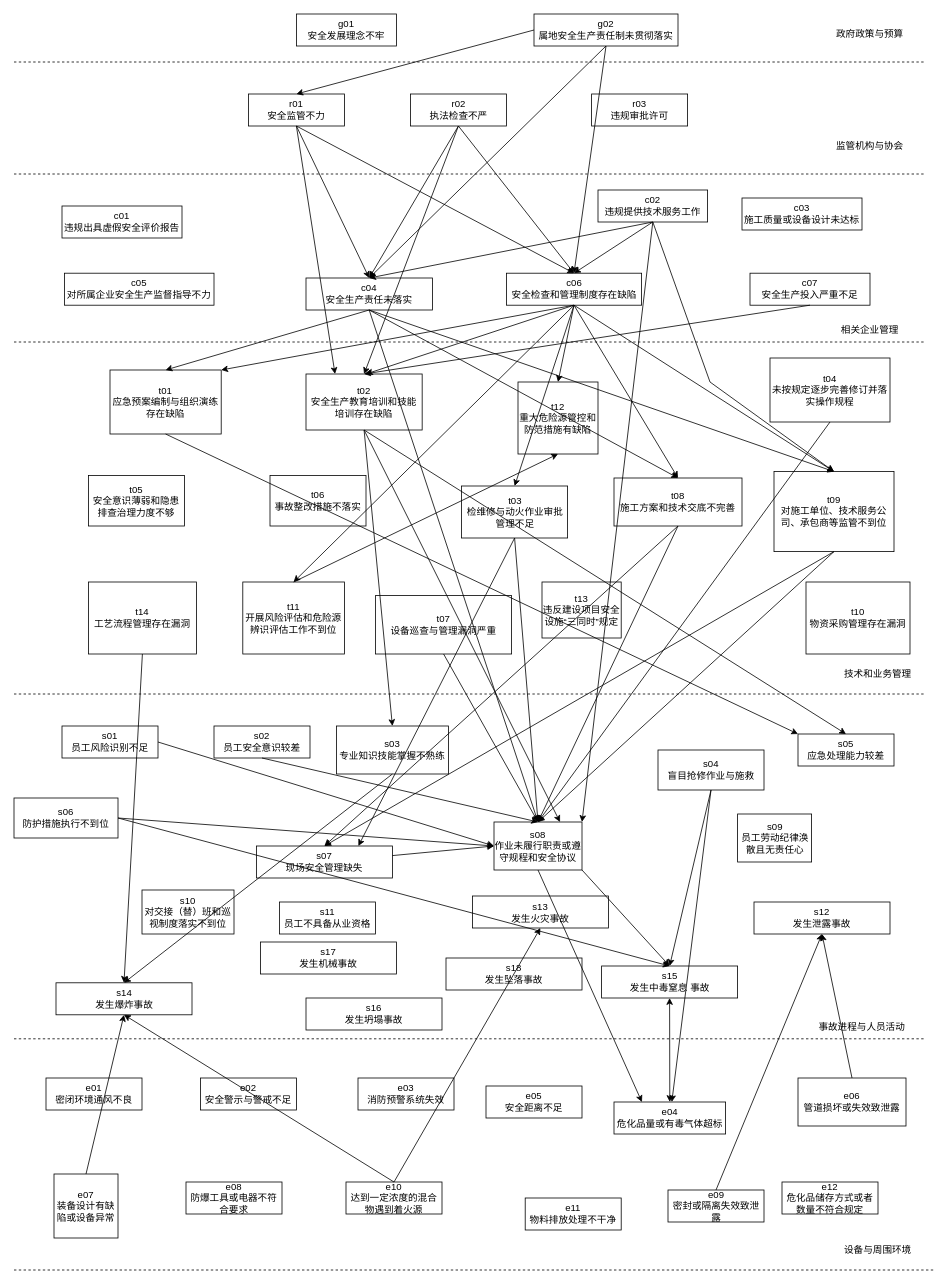
Earlier version of the draw.io diagram 未命名绘图.drawio (fangjiarong/docs). Source tidied: cells renumbered, new cells numbered last; positions are measured from the earlier drawing's top-left corner, leaving out a move shared by most shapes. Both pictures are drawn from the tidied source at 80%, with x=0, y=0 at pixel (14, 14).
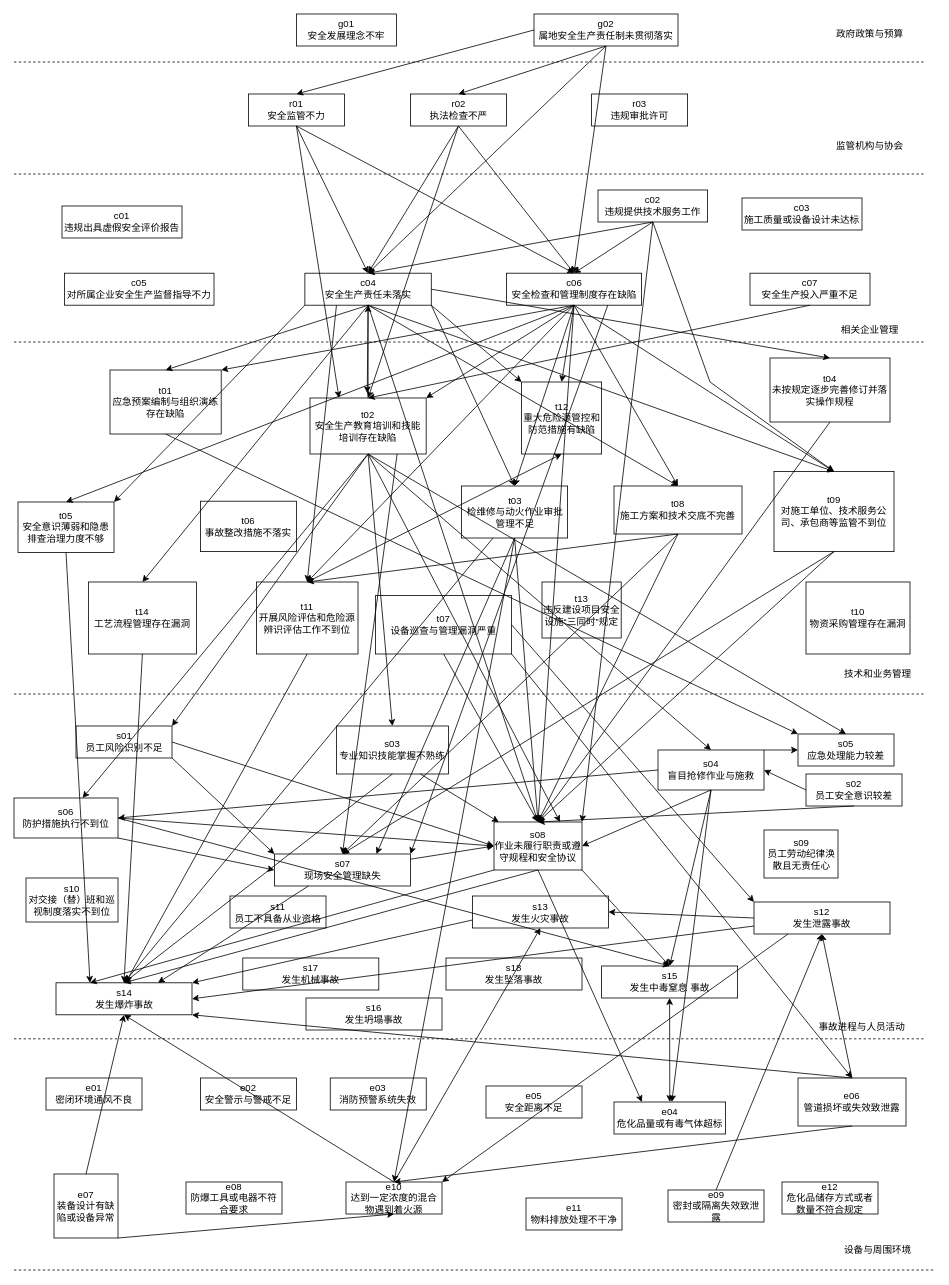
After the change.

Commit message (it also covers changes not shown here):
更新未命名绘图.drawio

Unchanged cells that the change refers to:
```xml
<mxCell id="10" value="r02&lt;br&gt;执法检查不严" style="rounded=0;whiteSpace=wrap;html=1;" parent="1" vertex="1">
  <mxGeometry x="495.5" y="100" width="120" height="40" as="geometry" />
</mxCell>
<mxCell id="16" value="t03&lt;br&gt;检维修与动火作业审批管理不足" style="rounded=0;whiteSpace=wrap;html=1;" parent="1" vertex="1">
  <mxGeometry x="559.5" y="590" width="132.5" height="65" as="geometry" />
</mxCell>
<mxCell id="17" value="t04&lt;br&gt;未按规定逐步完善修订并落实操作规程" style="rounded=0;whiteSpace=wrap;html=1;" parent="1" vertex="1">
  <mxGeometry x="945" y="430" width="150" height="80" as="geometry" />
</mxCell>
<mxCell id="22" value="s04&lt;br&gt;盲目抢修作业与施救" style="rounded=0;whiteSpace=wrap;html=1;" parent="1" vertex="1">
  <mxGeometry x="805" y="920" width="132.5" height="50" as="geometry" />
</mxCell>
<mxCell id="23" value="s08&lt;br&gt;作业未履行职责或遵守规程和安全协议" style="rounded=0;whiteSpace=wrap;html=1;" parent="1" vertex="1">
  <mxGeometry x="600" y="1010" width="110" height="60" as="geometry" />
</mxCell>
<mxCell id="24" value="s05&lt;br&gt;应急处理能力较差" style="rounded=0;whiteSpace=wrap;html=1;" parent="1" vertex="1">
  <mxGeometry x="980" y="900" width="120" height="40" as="geometry" />
</mxCell>
<mxCell id="28" value="s03&lt;br&gt;专业知识技能掌握不熟练" style="rounded=0;whiteSpace=wrap;html=1;" parent="1" vertex="1">
  <mxGeometry x="403" y="890" width="140" height="60" as="geometry" />
</mxCell>
<mxCell id="32" value="c06&lt;br&gt;安全检查和管理制度存在缺陷" style="rounded=0;whiteSpace=wrap;html=1;" parent="1" vertex="1">
  <mxGeometry x="615.5" y="324" width="169" height="40" as="geometry" />
</mxCell>
<mxCell id="35" value="s06&lt;br&gt;防护措施执行不到位" style="rounded=0;whiteSpace=wrap;html=1;" parent="1" vertex="1">
  <mxGeometry y="980" width="130" height="50" as="geometry" />
</mxCell>
<mxCell id="37" value="g02&lt;br&gt;属地安全生产责任制未贯彻落实" style="rounded=0;whiteSpace=wrap;html=1;" parent="1" vertex="1">
  <mxGeometry x="650" width="180" height="40" as="geometry" />
</mxCell>
<mxCell id="43" value="t14&lt;br&gt;工艺流程管理存在漏洞" style="rounded=0;whiteSpace=wrap;html=1;" parent="1" vertex="1">
  <mxGeometry x="93" y="710" width="135" height="90" as="geometry" />
</mxCell>
<mxCell id="45" value="s12&lt;br&gt;发生泄露事故" style="rounded=0;whiteSpace=wrap;html=1;" parent="1" vertex="1">
  <mxGeometry x="925" y="1110" width="170" height="40" as="geometry" />
</mxCell>
<mxCell id="46" value="s13&lt;br&gt;发生火灾事故" style="rounded=0;whiteSpace=wrap;html=1;" parent="1" vertex="1">
  <mxGeometry x="573" y="1102.5" width="170" height="40" as="geometry" />
</mxCell>
<mxCell id="47" value="s14&lt;br&gt;发生爆炸事故" style="rounded=0;whiteSpace=wrap;html=1;" parent="1" vertex="1">
  <mxGeometry x="52.5" y="1211" width="170" height="40" as="geometry" />
</mxCell>
<mxCell id="53" value="e07&lt;br&gt;装备设计有缺陷或设备异常" style="rounded=0;whiteSpace=wrap;html=1;" parent="1" vertex="1">
  <mxGeometry x="50" y="1450" width="80" height="80" as="geometry" />
</mxCell>
<mxCell id="58" value="e10&lt;br&gt;达到一定浓度的混合物遇到着火源" style="rounded=0;whiteSpace=wrap;html=1;" parent="1" vertex="1">
  <mxGeometry x="415" y="1460" width="120" height="40" as="geometry" />
</mxCell>
<mxCell id="61" value="e06&lt;br&gt;管道损坏或失效致泄露" style="rounded=0;whiteSpace=wrap;html=1;" parent="1" vertex="1">
  <mxGeometry x="980" y="1330" width="135" height="60" as="geometry" />
</mxCell>
<mxCell id="64" value="t07&lt;br&gt;设备巡查与管理漏洞严重" style="rounded=0;whiteSpace=wrap;html=1;" parent="1" vertex="1">
  <mxGeometry x="452" y="727" width="170" height="73" as="geometry" />
</mxCell>
```

Change to the diagram source:
```diff
@@
     <mxCell id="13" value="c04&lt;br&gt;安全生产责任未落实" style="rounded=0;whiteSpace=wrap;html=1;" parent="1" vertex="1">
-      <mxGeometry x="365" y="330" width="158" height="40" as="geometry" />
+      <mxGeometry x="363.6" y="324" width="158" height="40" as="geometry" />
     </mxCell>
@@
+    <mxCell id="125" style="edgeStyle=orthogonalEdgeStyle;rounded=0;jettySize=auto;html=1;" parent="1" edge="1" source="15" target="13">
+      <mxGeometry relative="1" as="geometry" />
+    </mxCell>
     <mxCell id="15" value="t02&lt;br&gt;安全生产教育培训和技能培训存在缺陷" style="rounded=0;whiteSpace=wrap;html=1;" parent="1" vertex="1">
-      <mxGeometry x="365" y="450" width="145.2" height="70" as="geometry" />
+      <mxGeometry x="370" y="480" width="145.2" height="70" as="geometry" />
     </mxCell>
@@
     <mxCell id="18" value="t08&lt;br&gt;施工方案和技术交底不完善" style="rounded=0;whiteSpace=wrap;html=1;" parent="1" vertex="1">
-      <mxGeometry x="750" y="580" width="160" height="60" as="geometry" />
+      <mxGeometry x="750" y="590" width="160" height="60" as="geometry" />
     </mxCell>
@@
     <mxCell id="20" value="t11&lt;br&gt;开展风险评估和危险源辨识评估工作不到位" style="rounded=0;whiteSpace=wrap;html=1;" parent="1" vertex="1">
-      <mxGeometry x="286" y="710" width="127" height="90" as="geometry" />
+      <mxGeometry x="303" y="710" width="127" height="90" as="geometry" />
     </mxCell>
     <mxCell id="21" value="t12&lt;br&gt;重大危险源管控和防范措施有缺陷" style="rounded=0;whiteSpace=wrap;html=1;" parent="1" vertex="1">
-      <mxGeometry x="630" y="460" width="100" height="90" as="geometry" />
+      <mxGeometry x="634.5" y="460" width="100" height="90" as="geometry" />
     </mxCell>
@@
     <mxCell id="25" value="s01&lt;br&gt;员工风险识别不足" style="rounded=0;whiteSpace=wrap;html=1;" parent="1" vertex="1">
-      <mxGeometry x="60" y="890" width="120" height="40" as="geometry" />
+      <mxGeometry x="77.5" y="890" width="120" height="40" as="geometry" />
     </mxCell>
     <mxCell id="26" value="s02&lt;br&gt;员工安全意识较差" style="rounded=0;whiteSpace=wrap;html=1;" parent="1" vertex="1">
-      <mxGeometry x="250" y="890" width="120" height="40" as="geometry" />
+      <mxGeometry x="990" y="950" width="120" height="40" as="geometry" />
     </mxCell>
     <mxCell id="27" value="s09&lt;br&gt;员工劳动纪律涣散且无责任心" style="rounded=0;whiteSpace=wrap;html=1;" parent="1" vertex="1">
-      <mxGeometry x="904.5" y="1000" width="92.5" height="60" as="geometry" />
+      <mxGeometry x="937.5" y="1020" width="92.5" height="60" as="geometry" />
     </mxCell>
@@
     <mxCell id="29" value="s07&lt;br&gt;现场安全管理缺失" style="rounded=0;whiteSpace=wrap;html=1;" parent="1" vertex="1">
-      <mxGeometry x="303" y="1040" width="170" height="40" as="geometry" />
+      <mxGeometry x="325.5" y="1050" width="170" height="40" as="geometry" />
     </mxCell>
@@
     <mxCell id="34" value="s10&lt;br&gt;对交接（替）班和巡视制度落实不到位" style="rounded=0;whiteSpace=wrap;html=1;" parent="1" vertex="1">
-      <mxGeometry x="160" y="1095" width="115" height="55" as="geometry" />
+      <mxGeometry x="15" y="1080" width="115" height="55" as="geometry" />
     </mxCell>
@@
     <mxCell id="40" value="t05&lt;br&gt;安全意识薄弱和隐患排查治理力度不够" style="rounded=0;whiteSpace=wrap;html=1;" parent="1" vertex="1">
-      <mxGeometry x="93" y="577" width="120" height="63" as="geometry" />
+      <mxGeometry x="5" y="610" width="120" height="63" as="geometry" />
     </mxCell>
     <mxCell id="41" value="t06&lt;br&gt;事故整改措施不落实" style="rounded=0;whiteSpace=wrap;html=1;" parent="1" vertex="1">
-      <mxGeometry x="320" y="577" width="120" height="63" as="geometry" />
+      <mxGeometry x="233" y="609" width="120" height="63" as="geometry" />
     </mxCell>
@@
     <mxCell id="44" value="s11&lt;br&gt;员工不具备从业资格" style="rounded=0;whiteSpace=wrap;html=1;" parent="1" vertex="1">
-      <mxGeometry x="332" y="1110" width="120" height="40" as="geometry" />
+      <mxGeometry x="270" y="1102.5" width="120" height="40" as="geometry" />
     </mxCell>
@@
     <mxCell id="50" value="s17&lt;br&gt;发生机械事故" style="rounded=0;whiteSpace=wrap;html=1;" parent="1" vertex="1">
-      <mxGeometry x="308" y="1160" width="170" height="40" as="geometry" />
+      <mxGeometry x="286" y="1180" width="170" height="40" as="geometry" />
     </mxCell>
@@
     <mxCell id="56" value="e03&lt;br&gt;消防预警系统失效" style="rounded=0;whiteSpace=wrap;html=1;" parent="1" vertex="1">
-      <mxGeometry x="430" y="1330" width="120" height="40" as="geometry" />
+      <mxGeometry x="395.3" y="1330" width="120" height="40" as="geometry" />
     </mxCell>
@@
     <mxCell id="60" value="e11&lt;br&gt;物料排放处理不干净" style="rounded=0;whiteSpace=wrap;html=1;" parent="1" vertex="1">
-      <mxGeometry x="639" y="1480" width="120" height="40" as="geometry" />
+      <mxGeometry x="640" y="1480" width="120" height="40" as="geometry" />
     </mxCell>
@@
-    <mxCell id="97" style="endArrow=classic;html=1;rounded=0;exitX=0.5;exitY=1;exitDx=0;exitDy=0;" parent="1" edge="1" source="32">
-      <mxGeometry relative="1" as="geometry">
-        <mxPoint x="440" y="450" as="targetPoint" />
-      </mxGeometry>
+    <mxCell id="97" style="endArrow=classic;html=1;rounded=0;exitX=0.5;exitY=1;exitDx=0;exitDy=0;entryX=1;entryY=0;entryDx=0;entryDy=0;" parent="1" edge="1" source="32" target="15">
+      <mxGeometry relative="1" as="geometry" />
     </mxCell>
@@
+    <mxCell id="126" style="endArrow=classic;html=1;rounded=0;exitX=0.5;exitY=1;exitDx=0;exitDy=0;entryX=0.493;entryY=-0.086;entryDx=0;entryDy=0;entryPerimeter=0;" parent="1" edge="1" source="13" target="15">
+      <mxGeometry relative="1" as="geometry" />
+    </mxCell>
+    <mxCell id="127" style="endArrow=classic;html=1;rounded=0;exitX=0.5;exitY=1;exitDx=0;exitDy=0;entryX=1;entryY=0.5;entryDx=0;entryDy=0;" parent="1" edge="1" source="22" target="23">
+      <mxGeometry relative="1" as="geometry" />
+    </mxCell>
+    <mxCell id="128" style="endArrow=classic;html=1;rounded=0;exitX=0.5;exitY=1;exitDx=0;exitDy=0;" parent="1" edge="1" source="15" target="35">
+      <mxGeometry relative="1" as="geometry" />
+    </mxCell>
+    <mxCell id="129" style="endArrow=classic;html=1;rounded=0;exitX=0.5;exitY=1;exitDx=0;exitDy=0;entryX=0.5;entryY=0;entryDx=0;entryDy=0;" parent="1" edge="1" source="32" target="23">
+      <mxGeometry relative="1" as="geometry" />
+    </mxCell>
+    <mxCell id="130" style="endArrow=classic;html=1;rounded=0;exitX=0.5;exitY=1;exitDx=0;exitDy=0;entryX=0.5;entryY=0;entryDx=0;entryDy=0;" parent="1" edge="1" source="23" target="47">
+      <mxGeometry relative="1" as="geometry" />
+    </mxCell>
+    <mxCell id="131" style="endArrow=classic;html=1;rounded=0;exitX=1;exitY=1;exitDx=0;exitDy=0;entryX=0.5;entryY=0;entryDx=0;entryDy=0;" parent="1" edge="1" source="64" target="61">
+      <mxGeometry relative="1" as="geometry" />
+    </mxCell>
+    <mxCell id="132" style="endArrow=classic;html=1;rounded=0;entryX=0.5;entryY=0;entryDx=0;entryDy=0;exitX=0.5;exitY=1;exitDx=0;exitDy=0;" parent="1" edge="1" source="18" target="20">
+      <mxGeometry relative="1" as="geometry" />
+    </mxCell>
+    <mxCell id="133" style="endArrow=classic;html=1;rounded=0;exitX=0.75;exitY=1;exitDx=0;exitDy=0;" parent="1" edge="1" source="28" target="23">
+      <mxGeometry relative="1" as="geometry" />
+    </mxCell>
+    <mxCell id="134" style="endArrow=classic;html=1;rounded=0;exitX=0.5;exitY=1;exitDx=0;exitDy=0;entryX=0.5;entryY=0;entryDx=0;entryDy=0;" parent="1" edge="1" source="32" target="40">
+      <mxGeometry relative="1" as="geometry" />
+    </mxCell>
+    <mxCell id="135" style="endArrow=classic;html=1;rounded=0;exitX=0.5;exitY=1;exitDx=0;exitDy=0;entryX=0.5;entryY=0;entryDx=0;entryDy=0;" parent="1" edge="1" source="37" target="10">
+      <mxGeometry relative="1" as="geometry" />
+    </mxCell>
+    <mxCell id="136" style="endArrow=classic;html=1;rounded=0;exitX=0.5;exitY=1;exitDx=0;exitDy=0;entryX=0.5;entryY=0;entryDx=0;entryDy=0;" parent="1" edge="1" source="15" target="22">
+      <mxGeometry relative="1" as="geometry" />
+    </mxCell>
+    <mxCell id="137" style="endArrow=classic;html=1;rounded=0;exitX=0.5;exitY=1;exitDx=0;exitDy=0;entryX=0.5;entryY=0;entryDx=0;entryDy=0;" parent="1" edge="1" source="13" target="43">
+      <mxGeometry relative="1" as="geometry" />
+    </mxCell>
+    <mxCell id="138" style="endArrow=classic;html=1;rounded=0;exitX=1;exitY=1;exitDx=0;exitDy=0;entryX=0;entryY=0;entryDx=0;entryDy=0;" parent="1" edge="1" source="13" target="21">
+      <mxGeometry relative="1" as="geometry" />
+    </mxCell>
+    <mxCell id="139" style="endArrow=classic;html=1;rounded=0;entryX=0.5;entryY=0;entryDx=0;entryDy=0;" parent="1" edge="1" source="16" target="47">
+      <mxGeometry relative="1" as="geometry" />
+    </mxCell>
+    <mxCell id="140" style="endArrow=classic;html=1;rounded=0;exitX=1;exitY=1;exitDx=0;exitDy=0;entryX=0;entryY=0;entryDx=0;entryDy=0;" parent="1" edge="1" source="25" target="29">
+      <mxGeometry relative="1" as="geometry" />
+    </mxCell>
+    <mxCell id="141" style="endArrow=classic;html=1;rounded=0;exitX=0.5;exitY=1;exitDx=0;exitDy=0;entryX=1;entryY=0;entryDx=0;entryDy=0;" parent="1" edge="1" source="15" target="25">
+      <mxGeometry relative="1" as="geometry" />
+    </mxCell>
+    <mxCell id="142" style="endArrow=classic;html=1;rounded=0;exitX=0;exitY=1;exitDx=0;exitDy=0;entryX=1;entryY=0;entryDx=0;entryDy=0;" parent="1" edge="1" source="13" target="40">
+      <mxGeometry relative="1" as="geometry" />
+    </mxCell>
+    <mxCell id="143" style="endArrow=classic;html=1;rounded=0;exitX=0.25;exitY=1;exitDx=0;exitDy=0;entryX=0.5;entryY=0;entryDx=0;entryDy=0;" parent="1" edge="1" source="13" target="20">
+      <mxGeometry relative="1" as="geometry" />
+    </mxCell>
+    <mxCell id="144" style="endArrow=classic;html=1;rounded=0;exitX=1;exitY=0.5;exitDx=0;exitDy=0;entryX=0.5;entryY=0;entryDx=0;entryDy=0;" parent="1" edge="1" source="13" target="17">
+      <mxGeometry relative="1" as="geometry" />
+    </mxCell>
+    <mxCell id="145" style="endArrow=classic;html=1;rounded=0;exitX=0.75;exitY=1;exitDx=0;exitDy=0;entryX=0.5;entryY=0;entryDx=0;entryDy=0;" parent="1" edge="1" source="15" target="29">
+      <mxGeometry relative="1" as="geometry" />
+    </mxCell>
+    <mxCell id="146" style="endArrow=classic;html=1;rounded=0;exitX=0.5;exitY=1;exitDx=0;exitDy=0;entryX=0.5;entryY=0;entryDx=0;entryDy=0;" parent="1" edge="1" source="16" target="58">
+      <mxGeometry relative="1" as="geometry" />
+    </mxCell>
+    <mxCell id="147" style="endArrow=classic;html=1;rounded=0;exitX=0.5;exitY=1;exitDx=0;exitDy=0;entryX=0.5;entryY=0;entryDx=0;entryDy=0;" parent="1" edge="1" source="61" target="58">
+      <mxGeometry relative="1" as="geometry" />
+    </mxCell>
+    <mxCell id="148" style="endArrow=classic;html=1;rounded=0;exitX=0.5;exitY=0;exitDx=0;exitDy=0;entryX=1;entryY=1;entryDx=0;entryDy=0;" parent="1" edge="1" source="61" target="47">
+      <mxGeometry relative="1" as="geometry" />
+    </mxCell>
+    <mxCell id="149" style="endArrow=classic;html=1;rounded=0;exitX=0;exitY=0.5;exitDx=0;exitDy=0;entryX=1;entryY=0.5;entryDx=0;entryDy=0;" parent="1" edge="1" source="22" target="35">
+      <mxGeometry relative="1" as="geometry" />
+    </mxCell>
+    <mxCell id="150" style="endArrow=classic;html=1;rounded=0;exitX=0;exitY=0.5;exitDx=0;exitDy=0;entryX=1;entryY=0.5;entryDx=0;entryDy=0;" parent="1" edge="1" source="26" target="22">
+      <mxGeometry relative="1" as="geometry" />
+    </mxCell>
+    <mxCell id="151" style="endArrow=classic;html=1;rounded=0;exitX=1;exitY=1;exitDx=0;exitDy=0;entryX=0.5;entryY=0;entryDx=0;entryDy=0;" parent="1" edge="1" source="13" target="16">
+      <mxGeometry relative="1" as="geometry" />
+    </mxCell>
+    <mxCell id="152" style="endArrow=classic;html=1;rounded=0;exitX=0.5;exitY=1;exitDx=0;exitDy=0;" parent="1" edge="1" source="20">
+      <mxGeometry relative="1" as="geometry">
+        <mxPoint x="140" y="1210" as="targetPoint" />
+      </mxGeometry>
+    </mxCell>
+    <mxCell id="153" style="endArrow=classic;html=1;rounded=0;exitX=0.75;exitY=1;exitDx=0;exitDy=0;entryX=1;entryY=0;entryDx=0;entryDy=0;" parent="1" edge="1" source="32" target="29">
+      <mxGeometry relative="1" as="geometry" />
+    </mxCell>
+    <mxCell id="154" style="endArrow=classic;html=1;rounded=0;exitX=0.25;exitY=1;exitDx=0;exitDy=0;entryX=1;entryY=0;entryDx=0;entryDy=0;" parent="1" edge="1" source="45" target="58">
+      <mxGeometry relative="1" as="geometry" />
+    </mxCell>
+    <mxCell id="155" style="endArrow=classic;html=1;rounded=0;exitX=0;exitY=0.75;exitDx=0;exitDy=0;entryX=1;entryY=0;entryDx=0;entryDy=0;" parent="1" edge="1" source="46" target="47">
+      <mxGeometry relative="1" as="geometry" />
+    </mxCell>
+    <mxCell id="156" style="endArrow=classic;html=1;rounded=0;exitX=1;exitY=1;exitDx=0;exitDy=0;entryX=0.5;entryY=1;entryDx=0;entryDy=0;" parent="1" edge="1" source="53" target="58">
+      <mxGeometry relative="1" as="geometry" />
+    </mxCell>
+    <mxCell id="157" style="endArrow=classic;html=1;rounded=0;exitX=0;exitY=0.75;exitDx=0;exitDy=0;entryX=1;entryY=0.5;entryDx=0;entryDy=0;" parent="1" edge="1" source="45" target="47">
+      <mxGeometry relative="1" as="geometry" />
+    </mxCell>
+    <mxCell id="158" style="endArrow=classic;html=1;rounded=0;exitX=0;exitY=0.5;exitDx=0;exitDy=0;entryX=1;entryY=0.5;entryDx=0;entryDy=0;" parent="1" edge="1" source="45" target="46">
+      <mxGeometry relative="1" as="geometry" />
+    </mxCell>
+    <mxCell id="159" style="endArrow=classic;html=1;rounded=0;exitX=1;exitY=0.5;exitDx=0;exitDy=0;entryX=0;entryY=0;entryDx=0;entryDy=0;" parent="1" edge="1" source="64" target="45">
+      <mxGeometry relative="1" as="geometry" />
+    </mxCell>
+    <mxCell id="160" style="endArrow=classic;html=1;rounded=0;exitX=0.5;exitY=1;exitDx=0;exitDy=0;entryX=0.25;entryY=0;entryDx=0;entryDy=0;" parent="1" edge="1" source="40" target="47">
+      <mxGeometry relative="1" as="geometry" />
+    </mxCell>
+    <mxCell id="161" style="endArrow=classic;html=1;rounded=0;exitX=1;exitY=1;exitDx=0;exitDy=0;entryX=0;entryY=0.5;entryDx=0;entryDy=0;" parent="1" edge="1" source="35" target="29">
+      <mxGeometry relative="1" as="geometry" />
+    </mxCell>
+    <mxCell id="162" style="endArrow=classic;html=1;rounded=0;exitX=1;exitY=0;exitDx=0;exitDy=0;entryX=0;entryY=0.5;entryDx=0;entryDy=0;" parent="1" edge="1" source="22" target="24">
+      <mxGeometry relative="1" as="geometry" />
+    </mxCell>
+    <mxCell id="163" style="endArrow=classic;html=1;rounded=0;exitX=0.25;exitY=1;exitDx=0;exitDy=0;entryX=0.75;entryY=0;entryDx=0;entryDy=0;" parent="1" edge="1" source="29" target="47">
+      <mxGeometry relative="1" as="geometry" />
+    </mxCell>
+    <mxCell id="164" style="endArrow=classic;html=1;rounded=0;exitX=0;exitY=1;exitDx=0;exitDy=0;entryX=0.25;entryY=0;entryDx=0;entryDy=0;" parent="1" edge="1" source="23" target="47">
+      <mxGeometry relative="1" as="geometry" />
+    </mxCell>
```
